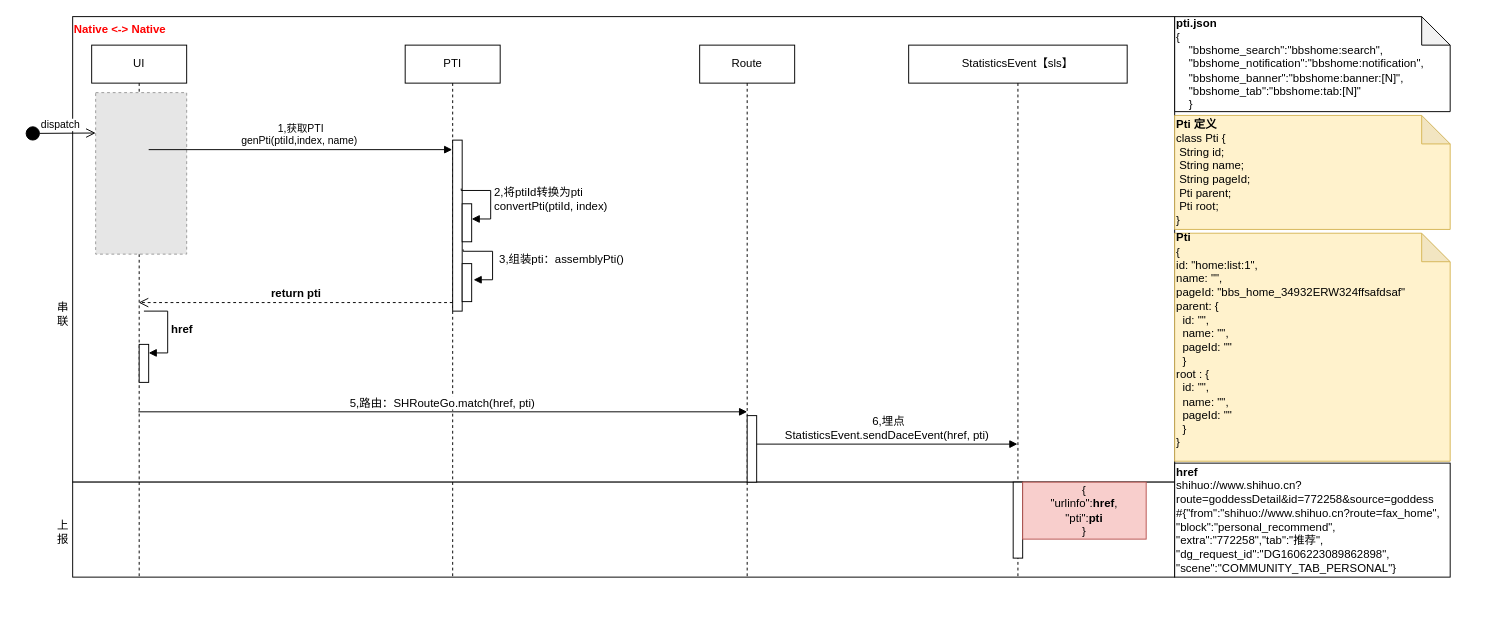
Above: 端上埋点方案V2.drawio in aiquantong/Hero (draw.io), before the change. Source tidied: cells renumbered, new cells numbered last; positions are measured from the earlier drawing's top-left corner, leaving out a move shared by most shapes. Both pictures are drawn from the tidied source at 95%, with x=0, y=0 at pixel (25, 16). Pictures stored in the file or linked from it are replaced by grey dashed boxes.
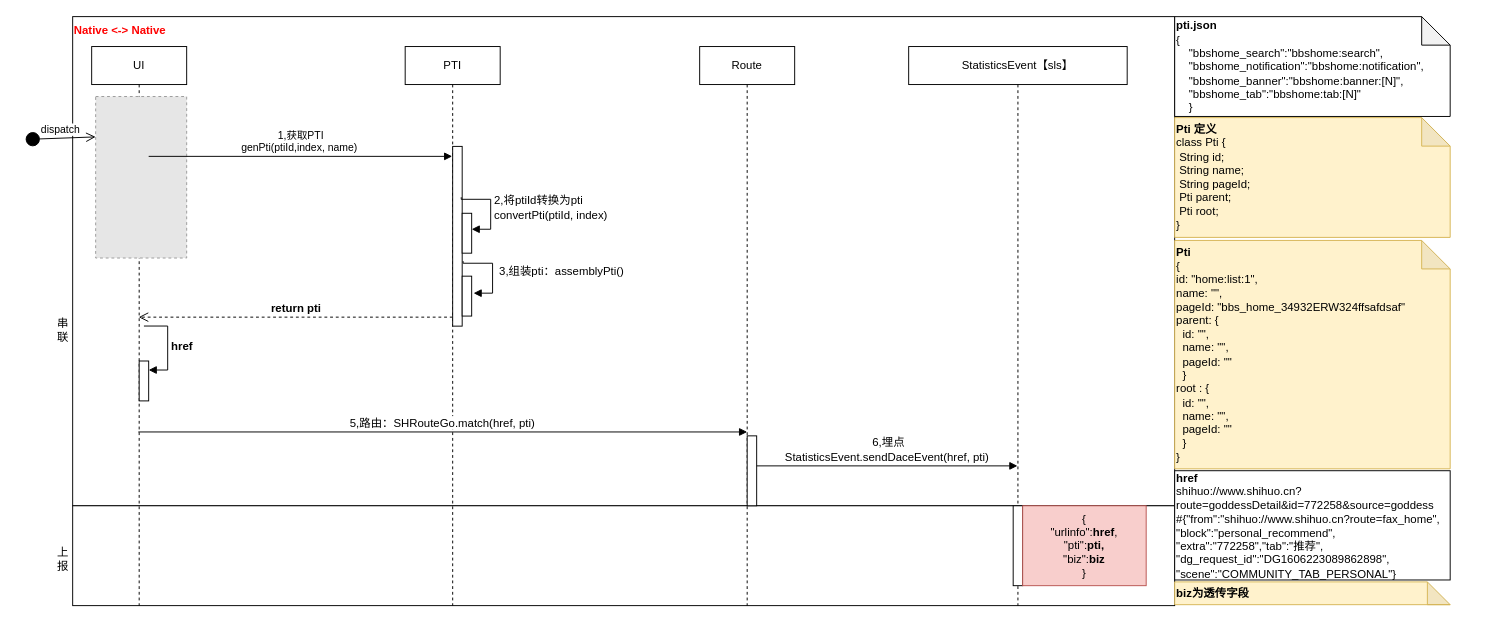
After the change.

Commit message:
Update 端上埋点方案V2.drawio

Change to the diagram source:
```diff
@@
     <mxCell id="2" style="group;" parent="1" vertex="1">
-      <mxGeometry width="1530" height="590" as="geometry" />
+      <mxGeometry width="1530" height="620" as="geometry" />
     </mxCell>
     <mxCell id="3" style="rounded=0;whiteSpace=wrap;html=1;align=left;" parent="2" vertex="1">
-      <mxGeometry x="50" width="1160" height="490" as="geometry" />
+      <mxGeometry x="50" width="1160" height="514.9" as="geometry" />
     </mxCell>
     <mxCell id="4" value="串联" style="text;html=1;strokeColor=none;fillColor=none;align=center;verticalAlign=bottom;whiteSpace=wrap;rounded=0;direction=south;" parent="2" vertex="1">
-      <mxGeometry x="30" y="290" width="20" height="40" as="geometry" />
+      <mxGeometry x="30" y="304.7" width="20" height="42" as="geometry" />
     </mxCell>
     <mxCell id="5" value="上报" style="text;html=1;strokeColor=none;fillColor=none;align=center;verticalAlign=bottom;whiteSpace=wrap;rounded=0;direction=south;" parent="2" vertex="1">
-      <mxGeometry x="30" y="520" width="20" height="40" as="geometry" />
+      <mxGeometry x="30" y="546.4" width="20" height="42" as="geometry" />
     </mxCell>
     <mxCell id="6" style="rounded=0;whiteSpace=wrap;html=1;" parent="2" vertex="1">
-      <mxGeometry x="50" y="490" width="1160" height="100" as="geometry" />
+      <mxGeometry x="50" y="514.9" width="1160" height="105.1" as="geometry" />
     </mxCell>
     <mxCell id="7" value="UI" style="shape=umlLifeline;perimeter=lifelinePerimeter;whiteSpace=wrap;html=1;outlineConnect=0;" parent="2" vertex="1">
-      <mxGeometry x="70" y="30" width="100" height="560" as="geometry" />
+      <mxGeometry x="70" y="31.5" width="100" height="588.5" as="geometry" />
     </mxCell>
     <mxCell id="8" style="html=1;perimeter=orthogonalPerimeter;fontSize=12;" parent="7" vertex="1">
-      <mxGeometry x="50" y="315" width="10" height="40" as="geometry" />
+      <mxGeometry x="50" y="331" width="10" height="42" as="geometry" />
     </mxCell>
     <mxCell id="9" value="&lt;b&gt;href&lt;/b&gt;" style="edgeStyle=orthogonalEdgeStyle;html=1;align=left;spacingLeft=2;endArrow=block;rounded=0;entryX=1;entryY=0;fontSize=12;" parent="7" edge="1">
       <mxGeometry relative="1" as="geometry">
-        <mxPoint x="55" y="280" as="sourcePoint" />
-        <mxPoint x="60" y="324" as="targetPoint" />
+        <mxPoint x="55" y="294.2" as="sourcePoint" />
+        <mxPoint x="60" y="340.5" as="targetPoint" />
         <Array as="points">
-          <mxPoint x="55" y="280" />
-          <mxPoint x="80" y="280" />
-          <mxPoint x="80" y="324" />
+          <mxPoint x="55" y="294.2" />
+          <mxPoint x="80" y="294.2" />
+          <mxPoint x="80" y="340.5" />
         </Array>
       </mxGeometry>
     </mxCell>
     <mxCell id="10" style="fillColor=#E6E6E6;strokeColor=#999999;dashed=1;verticalLabelPosition=bottom;labelBackgroundColor=#ffffff;verticalAlign=top;" parent="2" vertex="1">
-      <mxGeometry x="74.2" y="80" width="95.8" height="170" as="geometry" />
+      <mxGeometry x="74.2" y="84.1" width="95.8" height="170" as="geometry" />
     </mxCell>
     <mxCell id="11" value="dispatch" style="html=1;verticalAlign=bottom;startArrow=circle;startFill=1;endArrow=open;startSize=6;endSize=8;entryX=0;entryY=0.25;entryDx=0;entryDy=0;" parent="2" edge="1" target="10">
       <mxGeometry relative="1" as="geometry">
-        <mxPoint y="123" as="sourcePoint" />
+        <mxPoint y="129.3" as="sourcePoint" />
       </mxGeometry>
     </mxCell>
     <mxCell id="12" value="PTI" style="shape=umlLifeline;perimeter=lifelinePerimeter;whiteSpace=wrap;html=1;outlineConnect=0;" parent="2" vertex="1">
-      <mxGeometry x="400" y="30" width="100" height="560" as="geometry" />
+      <mxGeometry x="400" y="31.5" width="100" height="588.5" as="geometry" />
     </mxCell>
     <mxCell id="13" style="html=1;points=[];perimeter=orthogonalPerimeter;fontSize=12;" parent="12" vertex="1">
-      <mxGeometry x="50" y="100" width="10" height="180" as="geometry" />
+      <mxGeometry x="50" y="105.1" width="10" height="189.2" as="geometry" />
     </mxCell>
     <mxCell id="14" style="html=1;perimeter=orthogonalPerimeter;fontSize=12;" parent="12" vertex="1">
-      <mxGeometry x="60" y="167" width="10" height="40" as="geometry" />
+      <mxGeometry x="60" y="175.5" width="10" height="42" as="geometry" />
     </mxCell>
     <mxCell id="15" value="2,将ptiId转换为pti&lt;br&gt;convertPti(ptiId, index)&amp;nbsp;" style="edgeStyle=orthogonalEdgeStyle;html=1;align=left;spacingLeft=2;endArrow=block;rounded=0;entryX=1;entryY=0;fontSize=12;exitX=0.9;exitY=0.292;exitDx=0;exitDy=0;exitPerimeter=0;" parent="12" edge="1">
       <mxGeometry relative="1" as="geometry">
-        <mxPoint x="59" y="151" as="sourcePoint" />
-        <mxPoint x="70" y="183" as="targetPoint" />
+        <mxPoint x="59" y="158.6" as="sourcePoint" />
+        <mxPoint x="70" y="192.3" as="targetPoint" />
         <Array as="points">
-          <mxPoint x="59" y="153" />
-          <mxPoint x="90" y="153" />
-          <mxPoint x="90" y="183" />
+          <mxPoint x="59" y="160.8" />
+          <mxPoint x="90" y="160.8" />
+          <mxPoint x="90" y="192.3" />
         </Array>
       </mxGeometry>
     </mxCell>
     <mxCell id="16" value="1,获取PTI&lt;br&gt;genPti(ptiId,index, name)&amp;nbsp;" style="html=1;verticalAlign=bottom;endArrow=block;" parent="2" edge="1" target="12">
       <mxGeometry relative="1" as="geometry">
-        <mxPoint x="130" y="140" as="sourcePoint" />
+        <mxPoint x="130" y="147.1" as="sourcePoint" />
       </mxGeometry>
     </mxCell>
@@
     <mxCell id="18" value="Route" style="shape=umlLifeline;perimeter=lifelinePerimeter;whiteSpace=wrap;html=1;" parent="2" vertex="1">
-      <mxGeometry x="710" y="30" width="100" height="560" as="geometry" />
+      <mxGeometry x="710" y="31.5" width="100" height="588.5" as="geometry" />
     </mxCell>
     <mxCell id="19" style="html=1;perimeter=orthogonalPerimeter;fontSize=12;align=left;" parent="18" vertex="1">
-      <mxGeometry x="50" y="390" width="10" height="70" as="geometry" />
+      <mxGeometry x="50" y="409.8" width="10" height="73.6" as="geometry" />
     </mxCell>
     <mxCell id="20" value="5,路由：SHRouteGo.match(href, pti)" style="html=1;verticalAlign=bottom;endArrow=block;entryX=0;entryY=0;fontSize=12;" parent="2" edge="1">
       <mxGeometry relative="1" as="geometry">
-        <mxPoint x="119.1" y="416" as="sourcePoint" />
-        <mxPoint x="760" y="416" as="targetPoint" />
+        <mxPoint x="119.1" y="437.2" as="sourcePoint" />
+        <mxPoint x="760" y="437.2" as="targetPoint" />
       </mxGeometry>
     </mxCell>
     <mxCell id="21" value="StatisticsEvent【sls】" style="shape=umlLifeline;perimeter=lifelinePerimeter;whiteSpace=wrap;html=1;" parent="2" vertex="1">
-      <mxGeometry x="930" y="30" width="230" height="560" as="geometry" />
+      <mxGeometry x="930" y="31.5" width="230" height="588.5" as="geometry" />
     </mxCell>
     <mxCell id="22" style="html=1;perimeter=orthogonalPerimeter;fontSize=12;align=left;" parent="21" vertex="1">
-      <mxGeometry x="110" y="460" width="10" height="80" as="geometry" />
+      <mxGeometry x="110" y="483.4" width="10" height="84.1" as="geometry" />
     </mxCell>
     <mxCell id="23" value="&amp;nbsp;6,埋点&lt;br&gt;StatisticsEvent.sendDaceEvent(href, pti)" style="html=1;verticalAlign=bottom;endArrow=block;fontSize=12;" parent="2" edge="1">
       <mxGeometry relative="1" as="geometry">
-        <mxPoint x="770" y="450" as="sourcePoint" />
-        <mxPoint x="1044.5" y="450" as="targetPoint" />
+        <mxPoint x="770" y="472.9" as="sourcePoint" />
+        <mxPoint x="1044.5" y="472.9" as="targetPoint" />
       </mxGeometry>
     </mxCell>
     <mxCell id="24" value="&lt;div&gt;&lt;b&gt;pti.json&lt;/b&gt;&lt;/div&gt;&lt;div&gt;&lt;span&gt;{&lt;/span&gt;&lt;br&gt;&lt;/div&gt;&lt;div&gt;&amp;nbsp; &amp;nbsp; &quot;bbshome_search&quot;:&quot;bbshome:search&quot;,&lt;/div&gt;&lt;div&gt;&amp;nbsp; &amp;nbsp; &quot;bbshome_notification&quot;:&quot;bbshome:notification&quot;,&lt;/div&gt;&lt;div&gt;&amp;nbsp; &amp;nbsp; &quot;bbshome_banner&quot;:&quot;bbshome:banner:[N]&quot;,&lt;/div&gt;&lt;div&gt;&amp;nbsp; &amp;nbsp; &quot;bbshome_tab&quot;:&quot;bbshome:tab:[N]&quot;&lt;/div&gt;&lt;div&gt;&amp;nbsp; &amp;nbsp; }&lt;/div&gt;" style="shape=note;whiteSpace=wrap;html=1;backgroundOutline=1;darkOpacity=0.05;fontSize=12;align=left;" parent="2" vertex="1">
-      <mxGeometry x="1210" width="290" height="100" as="geometry" />
+      <mxGeometry x="1210" width="290" height="105.1" as="geometry" />
     </mxCell>
-    <mxCell id="25" value="{&lt;br&gt;&quot;urlinfo&quot;:&lt;b&gt;href&lt;/b&gt;,&lt;br&gt;&quot;pti&quot;:&lt;b&gt;pti&lt;/b&gt;&lt;br&gt;}" style="text;html=1;strokeColor=#b85450;fillColor=#f8cecc;align=center;verticalAlign=middle;whiteSpace=wrap;rounded=0;fontSize=12;" parent="2" vertex="1">
-      <mxGeometry x="1050" y="490" width="130" height="60" as="geometry" />
+    <mxCell id="25" value="{&lt;br&gt;&quot;urlinfo&quot;:&lt;b&gt;href&lt;/b&gt;,&lt;br&gt;&quot;pti&quot;:&lt;b&gt;pti,&lt;br&gt;&lt;/b&gt;&quot;biz&quot;:&lt;b&gt;biz&lt;/b&gt;&lt;br&gt;}" style="text;html=1;strokeColor=#b85450;fillColor=#f8cecc;align=center;verticalAlign=middle;whiteSpace=wrap;rounded=0;fontSize=12;" parent="2" vertex="1">
+      <mxGeometry x="1050" y="514.9" width="130" height="84.1" as="geometry" />
     </mxCell>
     <mxCell id="26" style="html=1;perimeter=orthogonalPerimeter;fontSize=12;" parent="2" vertex="1">
-      <mxGeometry x="460" y="260" width="10" height="40" as="geometry" />
+      <mxGeometry x="460" y="273.2" width="10" height="42" as="geometry" />
     </mxCell>
     <mxCell id="27" value="&amp;nbsp;3,组装pti：assemblyPti()&amp;nbsp;" style="edgeStyle=orthogonalEdgeStyle;html=1;align=left;spacingLeft=2;endArrow=block;rounded=0;entryX=1;entryY=0;fontSize=12;exitX=0.9;exitY=0.292;exitDx=0;exitDy=0;exitPerimeter=0;" parent="2" edge="1">
       <mxGeometry relative="1" as="geometry">
-        <mxPoint x="461" y="245" as="sourcePoint" />
-        <mxPoint x="472" y="277" as="targetPoint" />
+        <mxPoint x="461" y="257.4" as="sourcePoint" />
+        <mxPoint x="472" y="291.1" as="targetPoint" />
         <Array as="points">
-          <mxPoint x="461" y="247" />
-          <mxPoint x="492" y="247" />
-          <mxPoint x="492" y="277" />
+          <mxPoint x="461" y="259.6" />
+          <mxPoint x="492" y="259.6" />
+          <mxPoint x="492" y="291.1" />
         </Array>
       </mxGeometry>
     </mxCell>
-    <mxCell id="28" value="&lt;div&gt;&lt;span&gt;&lt;b&gt;Pti&amp;nbsp;&lt;/b&gt;&lt;/span&gt;&lt;/div&gt;&lt;div&gt;&lt;span&gt;{&lt;/span&gt;&lt;br&gt;&lt;/div&gt;&lt;div&gt;&lt;div&gt;&lt;span&gt; &lt;/span&gt;id: &quot;home:list:1&quot;,&lt;/div&gt;&lt;div&gt;&lt;span&gt; &lt;/span&gt;name: &quot;&quot;,&lt;/div&gt;&lt;div&gt;&lt;span&gt; &lt;/span&gt;pageId: &quot;bbs_home_34932ERW324ffsafdsaf&quot;&lt;/div&gt;&lt;div&gt;&lt;span&gt; &lt;/span&gt;parent: {&lt;/div&gt;&lt;div&gt;&lt;span&gt; &lt;/span&gt;&amp;nbsp; id: &quot;&quot;,&lt;/div&gt;&lt;div&gt;&lt;span&gt; &lt;/span&gt;&amp;nbsp; name: &quot;&quot;,&lt;/div&gt;&lt;div&gt;&lt;span&gt; &lt;/span&gt;&amp;nbsp; pageId: &quot;&quot;&lt;/div&gt;&lt;div&gt;&lt;span&gt;&lt;/span&gt;&amp;nbsp; }&lt;/div&gt;&lt;div&gt;root : {&lt;/div&gt;&lt;div&gt;&lt;div&gt;&amp;nbsp; id: &quot;&quot;,&lt;/div&gt;&lt;div&gt;&amp;nbsp; name: &quot;&quot;,&lt;/div&gt;&lt;div&gt;&amp;nbsp; pageId: &quot;&quot;&lt;/div&gt;&lt;/div&gt;&lt;div&gt;&amp;nbsp; }&lt;/div&gt;&lt;div&gt;}&lt;/div&gt;&lt;/div&gt;&lt;div&gt;&lt;br&gt;&lt;/div&gt;" style="shape=note;whiteSpace=wrap;html=1;backgroundOutline=1;darkOpacity=0.05;fontSize=12;align=left;fillColor=#fff2cc;strokeColor=#d6b656;" parent="2" vertex="1">
-      <mxGeometry x="1210" y="228" width="290" height="240" as="geometry" />
+    <mxCell id="28" value="&lt;div&gt;&lt;span&gt;&lt;b&gt;Pti&amp;nbsp;&lt;/b&gt;&lt;/span&gt;&lt;/div&gt;&lt;div&gt;&lt;span&gt;{&lt;/span&gt;&lt;br&gt;&lt;/div&gt;&lt;div&gt;&lt;div&gt;&lt;span&gt; &lt;/span&gt;id: &quot;home:list:1&quot;,&lt;/div&gt;&lt;div&gt;&lt;span&gt; &lt;/span&gt;name: &quot;&quot;,&lt;/div&gt;&lt;div&gt;&lt;span&gt; &lt;/span&gt;pageId: &quot;bbs_home_34932ERW324ffsafdsaf&quot;&lt;/div&gt;&lt;div&gt;&lt;span&gt; &lt;/span&gt;parent: {&lt;/div&gt;&lt;div&gt;&lt;span&gt; &lt;/span&gt;&amp;nbsp; id: &quot;&quot;,&lt;/div&gt;&lt;div&gt;&lt;span&gt; &lt;/span&gt;&amp;nbsp; name: &quot;&quot;,&lt;/div&gt;&lt;div&gt;&lt;span&gt; &lt;/span&gt;&amp;nbsp; pageId: &quot;&quot;&lt;/div&gt;&lt;div&gt;&lt;span&gt;&lt;/span&gt;&amp;nbsp; }&lt;/div&gt;&lt;div&gt;root : {&lt;/div&gt;&lt;div&gt;&lt;div&gt;&amp;nbsp; id: &quot;&quot;,&lt;/div&gt;&lt;div&gt;&amp;nbsp; name: &quot;&quot;,&lt;/div&gt;&lt;div&gt;&amp;nbsp; pageId: &quot;&quot;&lt;/div&gt;&lt;/div&gt;&lt;div&gt;&amp;nbsp; }&lt;/div&gt;&lt;div&gt;}&lt;/div&gt;&lt;/div&gt;" style="shape=note;whiteSpace=wrap;html=1;backgroundOutline=1;darkOpacity=0.05;fontSize=12;align=left;fillColor=#fff2cc;strokeColor=#d6b656;" parent="2" vertex="1">
+      <mxGeometry x="1210" y="235.6" width="290" height="240.4" as="geometry" />
     </mxCell>
     <mxCell id="29" value="Native &lt;-&gt; Native" style="text;align=center;fontStyle=1;verticalAlign=middle;spacingLeft=3;spacingRight=3;strokeColor=none;fontSize=12;fontColor=#FF0000;" parent="2" vertex="1">
-      <mxGeometry x="50" width="100" height="26" as="geometry" />
+      <mxGeometry x="50" width="100" height="27.3" as="geometry" />
     </mxCell>
     <mxCell id="30" value="&lt;span&gt;&lt;b&gt;href&lt;/b&gt;&lt;/span&gt;&lt;br style=&quot;padding: 0px ; margin: 0px&quot;&gt;&lt;span&gt;shihuo://www.shihuo.cn?&lt;/span&gt;&lt;br style=&quot;padding: 0px ; margin: 0px&quot;&gt;&lt;span&gt;route=goddessDetail&amp;amp;id=772258&amp;amp;source=goddess&lt;/span&gt;&lt;br style=&quot;padding: 0px ; margin: 0px&quot;&gt;&lt;span&gt;#{&quot;from&quot;:&quot;shihuo://www.shihuo.cn?route=fax_home&quot;,&lt;/span&gt;&lt;br style=&quot;padding: 0px ; margin: 0px&quot;&gt;&lt;span&gt;&quot;block&quot;:&quot;personal_recommend&quot;,&lt;/span&gt;&lt;br style=&quot;padding: 0px ; margin: 0px&quot;&gt;&lt;span&gt;&quot;extra&quot;:&quot;772258&quot;,&quot;tab&quot;:&quot;推荐&quot;,&lt;/span&gt;&lt;br style=&quot;padding: 0px ; margin: 0px&quot;&gt;&lt;span&gt;&quot;dg_request_id&quot;:&quot;DG1606223089862898&quot;,&lt;/span&gt;&lt;br style=&quot;padding: 0px ; margin: 0px&quot;&gt;&lt;div&gt;&lt;span&gt;&quot;scene&quot;:&quot;COMMUNITY_TAB_PERSONAL&quot;}&lt;/span&gt;&lt;/div&gt;" style="rounded=0;whiteSpace=wrap;html=1;align=left;" parent="2" vertex="1">
-      <mxGeometry x="1210" y="470" width="290" height="120" as="geometry" />
+      <mxGeometry x="1210" y="478" width="290" height="115" as="geometry" />
     </mxCell>
     <mxCell id="31" value="&lt;div&gt;&lt;b&gt;Pti 定义&lt;/b&gt;&lt;/div&gt;&lt;div&gt;&lt;div&gt;class Pti {&lt;/div&gt;&lt;div&gt;&lt;span&gt;&lt;/span&gt;&amp;nbsp;String id;&lt;/div&gt;&lt;div&gt;&lt;span&gt;&lt;/span&gt;&amp;nbsp;String name;&lt;/div&gt;&lt;div&gt;&lt;span&gt;&lt;/span&gt;&amp;nbsp;String pageId;&lt;/div&gt;&lt;div&gt;&lt;span&gt;&lt;/span&gt;&amp;nbsp;Pti parent;&lt;/div&gt;&lt;div&gt;&lt;span&gt;&lt;/span&gt;&amp;nbsp;Pti root;&lt;/div&gt;&lt;div&gt;}&lt;/div&gt;&lt;/div&gt;" style="shape=note;whiteSpace=wrap;html=1;backgroundOutline=1;darkOpacity=0.05;fontSize=12;align=left;fillColor=#fff2cc;strokeColor=#d6b656;" parent="2" vertex="1">
-      <mxGeometry x="1210" y="104" width="290" height="120" as="geometry" />
+      <mxGeometry x="1210" y="106.3" width="290" height="126.1" as="geometry" />
     </mxCell>
+    <mxCell id="32" style="edgeStyle=orthogonalEdgeStyle;rounded=0;orthogonalLoop=1;jettySize=auto;html=1;exitX=0.5;exitY=1;exitDx=0;exitDy=0;exitPerimeter=0;" parent="2" edge="1" source="28" target="28">
+      <mxGeometry relative="1" as="geometry" />
+    </mxCell>
+    <mxCell id="33" value="&lt;b&gt;biz为透传字段&lt;/b&gt;" style="shape=note;whiteSpace=wrap;html=1;backgroundOutline=1;darkOpacity=0.05;fontSize=12;align=left;fillColor=#fff2cc;strokeColor=#d6b656;" parent="1" vertex="1">
+      <mxGeometry x="1210" y="595" width="290" height="24" as="geometry" />
+    </mxCell>
```
